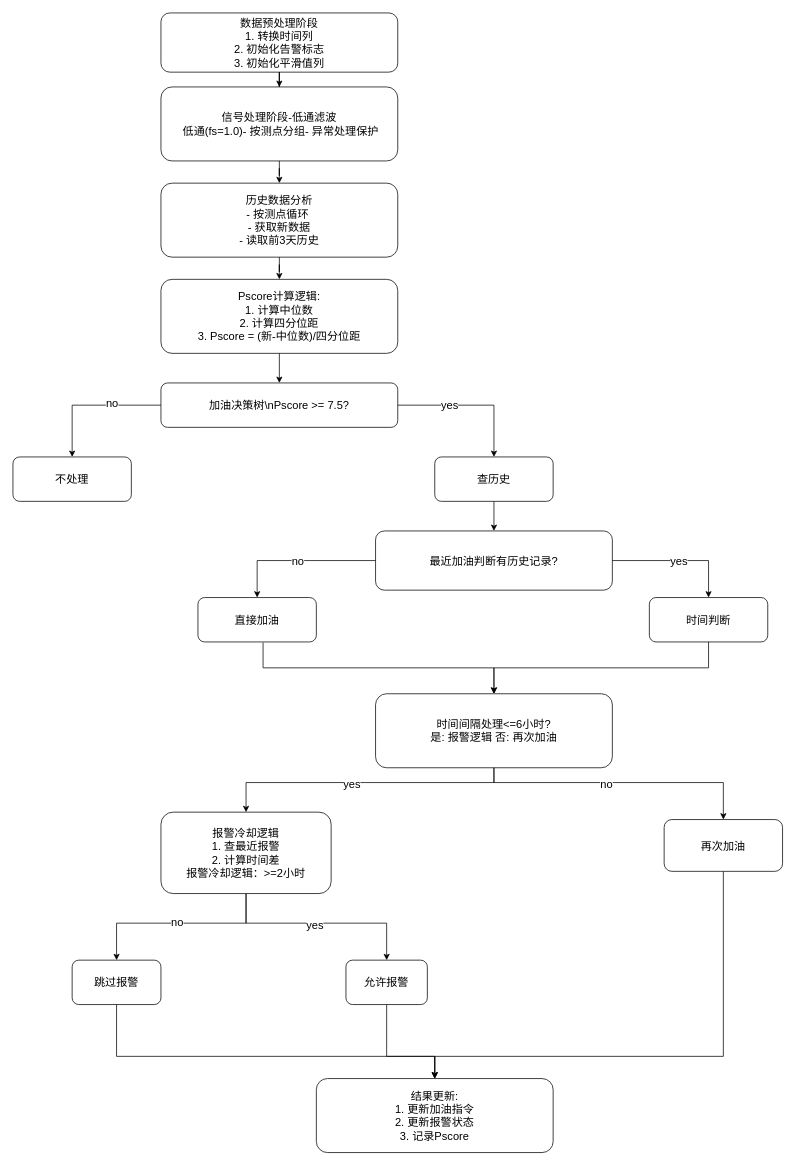
This is pscore_fuel_decision.drawio from 729973389/picture, a draw.io file, before an edit. Source tidied: cells renumbered, new cells numbered last; positions are measured from the earlier drawing's top-left corner, leaving out a move shared by most shapes. Both pictures are drawn from the tidied source at 74%, with x=0, y=0 at pixel (13, 13).
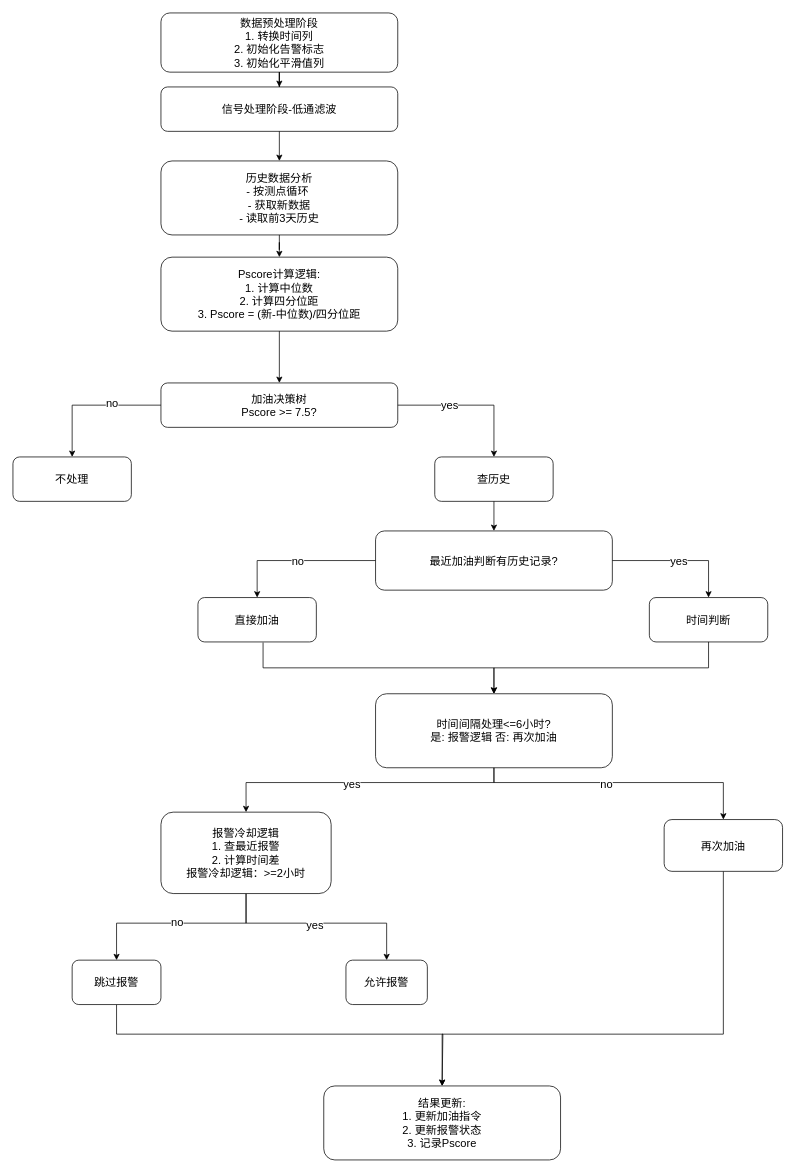
Above is the later version.

The change refers to these unchanged cells:
```xml
<mxCell id="36" value="再次加油" style="rounded=1;whiteSpace=wrap;html=1;strokeColor=#000000;fillColor=#FFFFFF;fontSize=15;" parent="1" vertex="1">
  <mxGeometry x="880" y="1090" width="160" height="70" as="geometry" />
</mxCell>
<mxCell id="38" value="跳过报警" style="rounded=1;whiteSpace=wrap;html=1;strokeColor=#000000;fillColor=#FFFFFF;fontSize=15;" parent="1" vertex="1">
  <mxGeometry x="80" y="1280" width="120" height="60" as="geometry" />
</mxCell>
<mxCell id="40" value="允许报警" style="rounded=1;whiteSpace=wrap;html=1;strokeColor=#000000;fillColor=#FFFFFF;fontSize=15;" parent="1" vertex="1">
  <mxGeometry x="450" y="1280" width="110" height="60" as="geometry" />
</mxCell>
```

The edit, as a diff of the source:
```diff
@@
-    <mxCell id="3" value="信号处理阶段-低通滤波&lt;div&gt;&lt;span style=&quot;background-color: transparent; color: light-dark(rgb(0, 0, 0), rgb(255, 255, 255));&quot;&gt;&amp;nbsp;低通(fs=1.0)- 按测点分组- 异常处理保护&lt;/span&gt;&lt;br&gt;&lt;/div&gt;" style="rounded=1;whiteSpace=wrap;html=1;strokeColor=#000000;fillColor=#FFFFFF;fontSize=15;" parent="1" vertex="1">
-      <mxGeometry x="200" y="100" width="320" height="100" as="geometry" />
+    <mxCell id="3" value="信号处理阶段-低通滤波" style="rounded=1;whiteSpace=wrap;html=1;strokeColor=#000000;fillColor=#FFFFFF;fontSize=15;" parent="1" vertex="1">
+      <mxGeometry x="200" y="100" width="320" height="60" as="geometry" />
     </mxCell>
     <mxCell id="4" value="历史数据分析&lt;div&gt;- 按测点循环&amp;nbsp;&lt;/div&gt;&lt;div&gt;- 获取新数据&lt;/div&gt;&lt;div&gt;- 读取前3天历史&lt;/div&gt;" style="rounded=1;whiteSpace=wrap;html=1;strokeColor=#000000;fillColor=#FFFFFF;fontSize=15;" parent="1" vertex="1">
-      <mxGeometry x="200" y="230" width="320" height="100" as="geometry" />
+      <mxGeometry x="200" y="200" width="320" height="100" as="geometry" />
     </mxCell>
     <mxCell id="5" value="Pscore计算逻辑:&lt;div&gt;1. 计算中位数&lt;/div&gt;&lt;div&gt;2. 计算四分位距&lt;/div&gt;&lt;div&gt;3. Pscore = (新-中位数)/四分位距&lt;/div&gt;" style="rounded=1;whiteSpace=wrap;html=1;strokeColor=#000000;fillColor=#FFFFFF;fontSize=15;" parent="1" vertex="1">
-      <mxGeometry x="200" y="360" width="320" height="100" as="geometry" />
+      <mxGeometry x="200" y="330" width="320" height="100" as="geometry" />
     </mxCell>
-    <mxCell id="6" value="加油决策树\nPscore &amp;gt;= 7.5?" style="rounded=1;whiteSpace=wrap;html=1;strokeColor=#000000;fillColor=#FFFFFF;fontSize=15;" parent="1" vertex="1">
+    <mxCell id="6" value="加油决策树&lt;div&gt;Pscore &amp;gt;= 7.5?&lt;/div&gt;" style="rounded=1;whiteSpace=wrap;html=1;strokeColor=#000000;fillColor=#FFFFFF;fontSize=15;" parent="1" vertex="1">
       <mxGeometry x="200" y="500" width="320" height="60" as="geometry" />
     </mxCell>
@@
     <mxCell id="20" value="结果更新:&lt;div&gt;1. 更新加油指令&lt;div&gt;2. 更新报警状态&lt;/div&gt;&lt;div&gt;3. 记录Pscore&lt;/div&gt;&lt;/div&gt;" style="rounded=1;whiteSpace=wrap;html=1;strokeColor=#000000;fillColor=#FFFFFF;fontSize=15;" parent="1" vertex="1">
-      <mxGeometry x="410" y="1440" width="320" height="100" as="geometry" />
+      <mxGeometry x="420" y="1450" width="320" height="100" as="geometry" />
     </mxCell>
@@
     <mxCell id="35" style="edgeStyle=orthogonalEdgeStyle;rounded=0;jettySize=auto;html=1;entryX=0.5;entryY=0;entryDx=0;entryDy=0;" parent="1" edge="1" source="36" target="20">
       <mxGeometry relative="1" as="geometry">
         <Array as="points">
-          <mxPoint x="960" y="1410" />
-          <mxPoint x="570" y="1410" />
+          <mxPoint x="960" y="1380" />
+          <mxPoint x="580" y="1380" />
         </Array>
       </mxGeometry>
     </mxCell>
@@
-    <mxCell id="37" style="edgeStyle=orthogonalEdgeStyle;rounded=0;jettySize=auto;html=1;" parent="1" edge="1" source="38" target="20">
-      <mxGeometry relative="1" as="geometry">
-        <Array as="points">
-          <mxPoint x="140" y="1410" />
-          <mxPoint x="570" y="1410" />
-        </Array>
-      </mxGeometry>
-    </mxCell>
+    <mxCell id="41" style="edgeStyle=orthogonalEdgeStyle;rounded=0;jettySize=auto;html=1;" parent="1" edge="1" source="38">
+      <mxGeometry relative="1" as="geometry">
+        <mxPoint x="580" y="1450" as="targetPoint" />
+        <Array as="points">
+          <mxPoint x="140" y="1380" />
+          <mxPoint x="581" y="1380" />
+        </Array>
+      </mxGeometry>
+    </mxCell>
@@
-    <mxCell id="39" style="edgeStyle=orthogonalEdgeStyle;rounded=0;jettySize=auto;html=1;entryX=0.5;entryY=0;entryDx=0;entryDy=0;" parent="1" edge="1" source="40" target="20">
-      <mxGeometry relative="1" as="geometry">
-        <Array as="points">
-          <mxPoint x="505" y="1410" />
-          <mxPoint x="570" y="1410" />
-        </Array>
-      </mxGeometry>
-    </mxCell>
```
